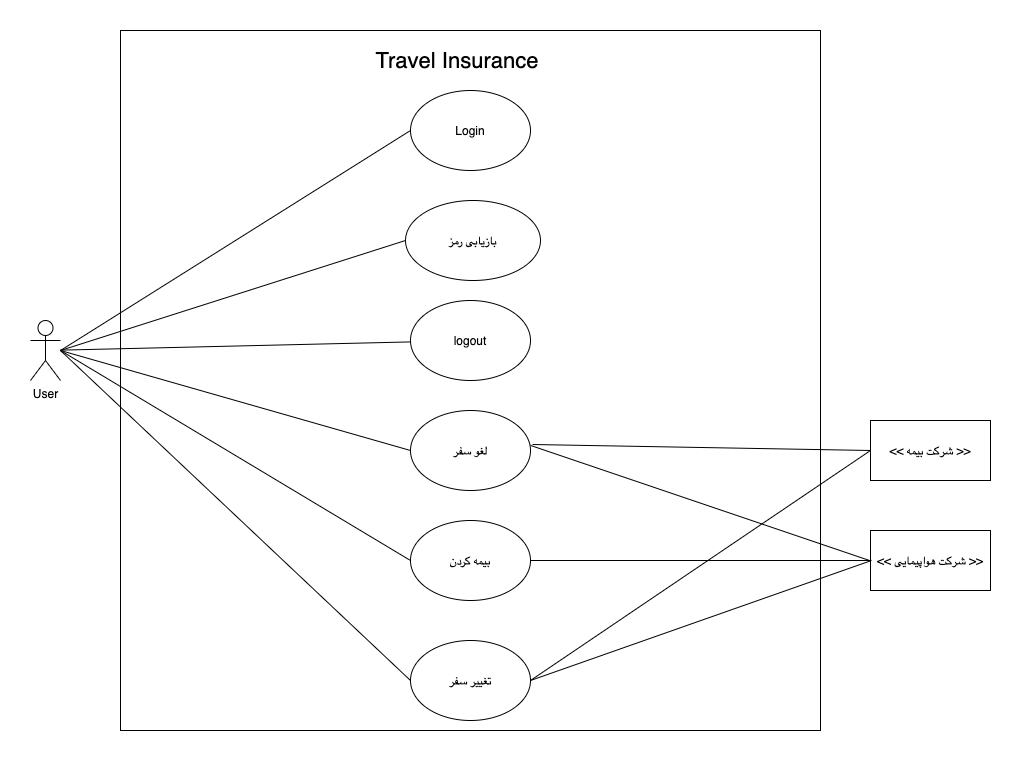
Earlier version of the draw.io export Lab-03 (Abstract Bussiness Process Modelling & Use Case Diagram)/Use Case Diagram.png (travel-insurance-worker/SE1-Project-material). Source tidied: cells renumbered, new cells last; positions are measured from the earlier drawing's top-left corner, leaving out a move shared by most shapes. Its diagram source:
```xml
<mxGraphModel>
  <root>
    <mxCell id="0" />
    <mxCell id="1" parent="0" />
    <mxCell id="2" style="whiteSpace=wrap;html=1;" parent="1" vertex="1">
      <mxGeometry x="90" width="700" height="700" as="geometry" />
    </mxCell>
    <mxCell id="3" value="Login" style="ellipse;whiteSpace=wrap;html=1;" parent="1" vertex="1">
      <mxGeometry x="380" y="60" width="120" height="80" as="geometry" />
    </mxCell>
    <mxCell id="4" value="بازیابی رمز" style="ellipse;whiteSpace=wrap;html=1;" parent="1" vertex="1">
      <mxGeometry x="375" y="170" width="135" height="80" as="geometry" />
    </mxCell>
    <mxCell id="5" value="logout" style="ellipse;whiteSpace=wrap;html=1;" parent="1" vertex="1">
      <mxGeometry x="380" y="270" width="120" height="80" as="geometry" />
    </mxCell>
    <mxCell id="6" value="لغو سفر" style="ellipse;whiteSpace=wrap;html=1;" parent="1" vertex="1">
      <mxGeometry x="380" y="380" width="120" height="80" as="geometry" />
    </mxCell>
    <mxCell id="7" value="بیمه کردن" style="ellipse;whiteSpace=wrap;html=1;" parent="1" vertex="1">
      <mxGeometry x="380" y="490" width="120" height="80" as="geometry" />
    </mxCell>
    <mxCell id="8" value="تغییر سفر" style="ellipse;whiteSpace=wrap;html=1;" parent="1" vertex="1">
      <mxGeometry x="380" y="610" width="120" height="80" as="geometry" />
    </mxCell>
    <mxCell id="9" value="User" style="shape=umlActor;verticalLabelPosition=bottom;labelBackgroundColor=#ffffff;verticalAlign=top;html=1;outlineConnect=0;" parent="1" vertex="1">
      <mxGeometry y="290" width="30" height="60" as="geometry" />
    </mxCell>
    <mxCell id="10" value="&amp;lt;&amp;lt; شرکت بیمه &amp;gt;&amp;gt;" style="rounded=0;whiteSpace=wrap;html=1;" parent="1" vertex="1">
      <mxGeometry x="840" y="390" width="120" height="60" as="geometry" />
    </mxCell>
    <mxCell id="11" style="endArrow=none;html=1;entryX=0;entryY=0.5;entryDx=0;entryDy=0;" parent="1" edge="1" target="3">
      <mxGeometry relative="1" as="geometry">
        <mxPoint x="30" y="320" as="sourcePoint" />
      </mxGeometry>
    </mxCell>
    <mxCell id="12" style="endArrow=none;html=1;" parent="1" edge="1" source="9" target="5">
      <mxGeometry relative="1" as="geometry" />
    </mxCell>
    <mxCell id="13" style="endArrow=none;html=1;entryX=0;entryY=0.5;entryDx=0;entryDy=0;" parent="1" edge="1" target="8">
      <mxGeometry relative="1" as="geometry">
        <mxPoint x="30" y="320" as="sourcePoint" />
      </mxGeometry>
    </mxCell>
    <mxCell id="14" style="endArrow=none;html=1;entryX=0;entryY=0.5;entryDx=0;entryDy=0;" parent="1" edge="1" target="6">
      <mxGeometry relative="1" as="geometry">
        <mxPoint x="30" y="320" as="sourcePoint" />
      </mxGeometry>
    </mxCell>
    <mxCell id="15" style="endArrow=none;html=1;exitX=0.592;exitY=0.704;exitDx=0;exitDy=0;exitPerimeter=0;" parent="1" edge="1">
      <mxGeometry relative="1" as="geometry">
        <mxPoint x="500" y="414.9" as="sourcePoint" />
        <mxPoint x="839" y="530" as="targetPoint" />
      </mxGeometry>
    </mxCell>
    <mxCell id="16" value="&amp;lt;&amp;lt; شرکت هواپیمایی &amp;gt;&amp;gt;" style="rounded=0;whiteSpace=wrap;html=1;" parent="1" vertex="1">
      <mxGeometry x="840" y="500" width="120" height="60" as="geometry" />
    </mxCell>
    <mxCell id="17" style="endArrow=none;html=1;exitX=1;exitY=0.5;exitDx=0;exitDy=0;entryX=0;entryY=0.5;entryDx=0;entryDy=0;" parent="1" edge="1" source="7" target="16">
      <mxGeometry relative="1" as="geometry" />
    </mxCell>
    <mxCell id="18" style="endArrow=none;html=1;entryX=0;entryY=0.5;entryDx=0;entryDy=0;" parent="1" edge="1" target="4">
      <mxGeometry relative="1" as="geometry">
        <mxPoint x="30" y="320" as="sourcePoint" />
      </mxGeometry>
    </mxCell>
    <mxCell id="19" value="&lt;font style=&quot;font-size: 22px&quot;&gt;Travel Insurance&amp;nbsp;&lt;/font&gt;" style="text;html=1;strokeColor=none;fillColor=none;align=center;verticalAlign=middle;whiteSpace=wrap;rounded=0;" parent="1" vertex="1">
      <mxGeometry x="330" y="20" width="200" height="20" as="geometry" />
    </mxCell>
    <mxCell id="20" style="endArrow=none;html=1;" parent="1" edge="1">
      <mxGeometry relative="1" as="geometry">
        <mxPoint x="500" y="650" as="sourcePoint" />
        <mxPoint x="841" y="530" as="targetPoint" />
      </mxGeometry>
    </mxCell>
    <mxCell id="21" style="endArrow=none;html=1;exitX=1.017;exitY=0.425;exitDx=0;exitDy=0;exitPerimeter=0;entryX=0;entryY=0.5;entryDx=0;entryDy=0;" parent="1" edge="1" source="6" target="10">
      <mxGeometry relative="1" as="geometry" />
    </mxCell>
    <mxCell id="22" style="endArrow=none;html=1;entryX=0;entryY=0.5;entryDx=0;entryDy=0;" parent="1" edge="1" target="7">
      <mxGeometry relative="1" as="geometry">
        <mxPoint x="30" y="320" as="sourcePoint" />
      </mxGeometry>
    </mxCell>
    <mxCell id="23" style="endArrow=none;html=1;entryX=0;entryY=0.5;entryDx=0;entryDy=0;" parent="1" edge="1" target="10">
      <mxGeometry relative="1" as="geometry">
        <mxPoint x="500" y="650" as="sourcePoint" />
      </mxGeometry>
    </mxCell>
  </root>
</mxGraphModel>
```
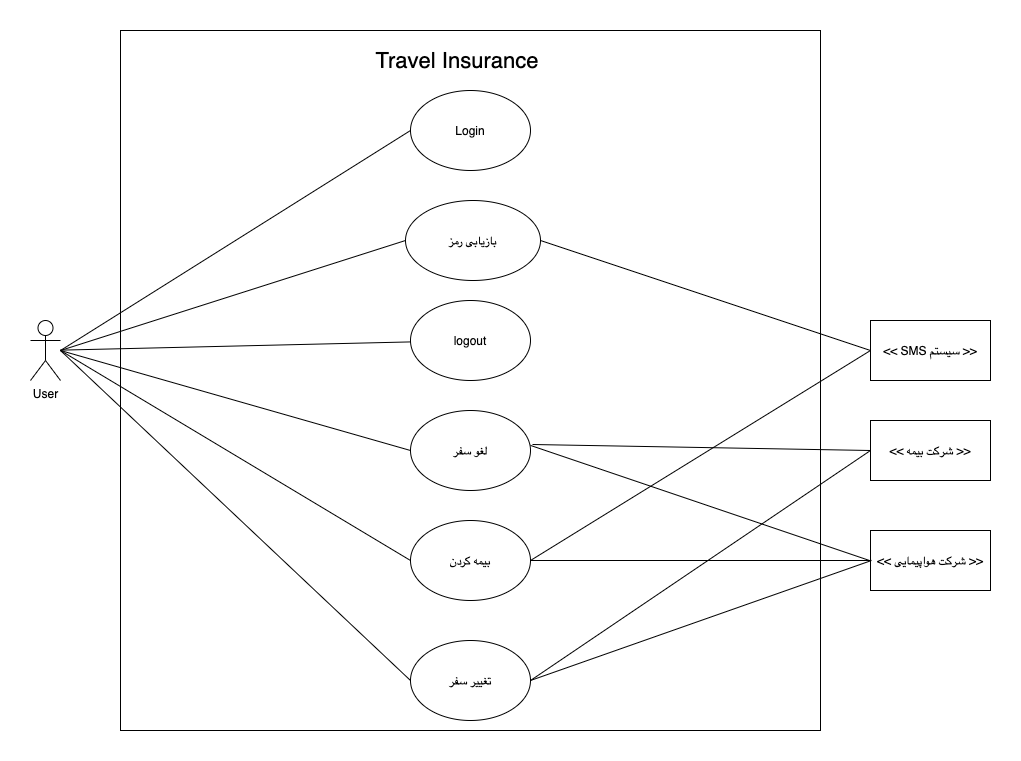
After the commit.

Commit message:
Update Use Case Diagram

Change to the diagram source:
```diff
@@ -73,8 +73,10 @@
         <mxPoint x="841" y="530" as="targetPoint" />
       </mxGeometry>
     </mxCell>
-    <mxCell id="21" style="endArrow=none;html=1;exitX=1.017;exitY=0.425;exitDx=0;exitDy=0;exitPerimeter=0;entryX=0;entryY=0.5;entryDx=0;entryDy=0;" parent="1" edge="1" source="6" target="10">
-      <mxGeometry relative="1" as="geometry" />
+    <mxCell id="21" style="endArrow=none;html=1;entryX=0;entryY=0.5;entryDx=0;entryDy=0;" parent="1" edge="1" target="10">
+      <mxGeometry relative="1" as="geometry">
+        <mxPoint x="502" y="414" as="sourcePoint" />
+      </mxGeometry>
     </mxCell>
     <mxCell id="22" style="endArrow=none;html=1;entryX=0;entryY=0.5;entryDx=0;entryDy=0;" parent="1" edge="1" target="7">
       <mxGeometry relative="1" as="geometry">
@@ -86,5 +88,18 @@
         <mxPoint x="500" y="650" as="sourcePoint" />
       </mxGeometry>
     </mxCell>
+    <mxCell id="24" value="&amp;lt;&amp;lt; SMS سیستم &amp;gt;&amp;gt;" style="rounded=0;whiteSpace=wrap;html=1;" parent="1" vertex="1">
+      <mxGeometry x="840" y="290" width="120" height="60" as="geometry" />
+    </mxCell>
+    <mxCell id="25" style="endArrow=none;html=1;exitX=1.017;exitY=0.425;exitDx=0;exitDy=0;exitPerimeter=0;entryX=0;entryY=0.5;entryDx=0;entryDy=0;" parent="1" edge="1" target="24">
+      <mxGeometry relative="1" as="geometry">
+        <mxPoint x="510" y="210" as="sourcePoint" />
+      </mxGeometry>
+    </mxCell>
+    <mxCell id="26" style="endArrow=none;html=1;entryX=0;entryY=0.5;entryDx=0;entryDy=0;" parent="1" edge="1" target="24">
+      <mxGeometry relative="1" as="geometry">
+        <mxPoint x="500" y="530" as="sourcePoint" />
+      </mxGeometry>
+    </mxCell>
   </root>
 </mxGraphModel>
```
